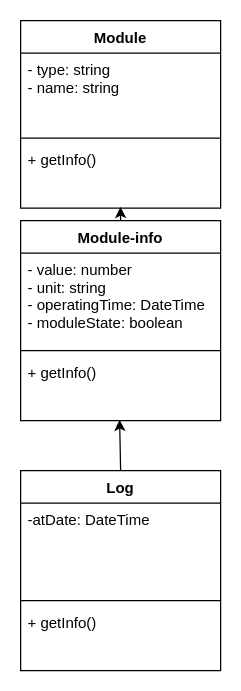
Earlier version of the draw.io diagram uml/drawio/classes.drawio (AntoineRb/IOT-Monitoring-App). Source tidied: cells renumbered, new cells numbered last; positions are measured from the earlier drawing's top-left corner, leaving out a move shared by most shapes. Both pictures are drawn from the tidied source at 125%, with x=0, y=0 at pixel (20, 20).
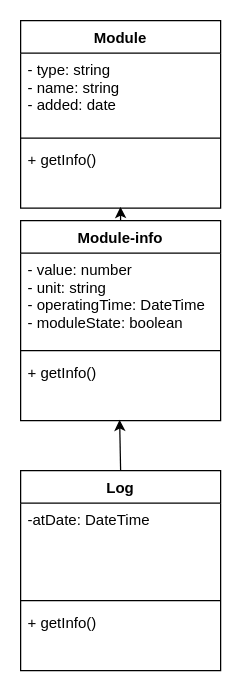
The same page after the edit.

The edit, as a diff of the source:
```diff
@@
 <mxGraphModel>
   <root>
     <mxCell id="0" />
     <mxCell id="1" parent="0" />
     <mxCell id="2" value="Module" style="swimlane;fontStyle=1;align=center;verticalAlign=top;horizontal=1;startSize=26;" parent="1" vertex="1">
       <mxGeometry width="160" height="150" as="geometry" />
     </mxCell>
-    <mxCell id="3" value="- type: string&#10;- name: string&#10;" style="text;strokeColor=none;fillColor=none;align=left;verticalAlign=top;spacingLeft=4;spacingRight=4;overflow=hidden;" parent="2" vertex="1">
+    <mxCell id="3" value="- type: string&#10;- name: string&#10;- added: date&#10;" style="text;strokeColor=none;fillColor=none;align=left;verticalAlign=top;spacingLeft=4;spacingRight=4;overflow=hidden;" parent="2" vertex="1">
       <mxGeometry y="26" width="160" height="64" as="geometry" />
     </mxCell>
     <mxCell id="4" style="line;strokeWidth=1;fillColor=none;align=left;verticalAlign=middle;spacingTop=-1;spacingLeft=3;spacingRight=3;labelPosition=right;" parent="2" vertex="1">
       <mxGeometry y="90" width="160" height="8" as="geometry" />
     </mxCell>
     <mxCell id="5" value="+ getInfo()" style="text;strokeColor=none;fillColor=none;align=left;verticalAlign=top;spacingLeft=4;spacingRight=4;overflow=hidden;points=[[0,0.5],[1,0.5]];portConstraint=eastwest;" parent="2" vertex="1">
       <mxGeometry y="98" width="160" height="52" as="geometry" />
     </mxCell>
     <mxCell id="6" style="edgeStyle=none;html=1;exitX=0.5;exitY=0;exitDx=0;exitDy=0;entryX=0.495;entryY=0.988;entryDx=0;entryDy=0;entryPerimeter=0;" parent="1" edge="1" source="7" target="15">
       <mxGeometry relative="1" as="geometry" />
     </mxCell>
     <mxCell id="7" value="Log" style="swimlane;fontStyle=1;align=center;verticalAlign=top;horizontal=1;startSize=26;" parent="1" vertex="1">
       <mxGeometry y="360" width="160" height="160" as="geometry" />
     </mxCell>
     <mxCell id="8" value="-atDate: DateTime" style="text;strokeColor=none;fillColor=none;align=left;verticalAlign=top;spacingLeft=4;spacingRight=4;overflow=hidden;" parent="7" vertex="1">
       <mxGeometry y="26" width="160" height="74" as="geometry" />
     </mxCell>
     <mxCell id="9" style="line;strokeWidth=1;fillColor=none;align=left;verticalAlign=middle;spacingTop=-1;spacingLeft=3;spacingRight=3;labelPosition=right;" parent="7" vertex="1">
       <mxGeometry y="100" width="160" height="8" as="geometry" />
     </mxCell>
     <mxCell id="10" value="+ getInfo()" style="text;strokeColor=none;fillColor=none;align=left;verticalAlign=top;spacingLeft=4;spacingRight=4;overflow=hidden;" parent="7" vertex="1">
       <mxGeometry y="108" width="160" height="52" as="geometry" />
     </mxCell>
     <mxCell id="11" style="edgeStyle=none;html=1;exitX=0.5;exitY=0;exitDx=0;exitDy=0;entryX=0.499;entryY=0.981;entryDx=0;entryDy=0;entryPerimeter=0;" parent="1" edge="1" source="12" target="5">
       <mxGeometry relative="1" as="geometry" />
     </mxCell>
     <mxCell id="12" value="Module-info" style="swimlane;fontStyle=1;align=center;verticalAlign=top;horizontal=1;startSize=26;" parent="1" vertex="1">
       <mxGeometry y="160" width="160" height="160" as="geometry" />
     </mxCell>
     <mxCell id="13" value="- value: number&#10;- unit: string&#10;- operatingTime: DateTime&#10;- moduleState: boolean" style="text;strokeColor=none;fillColor=none;align=left;verticalAlign=top;spacingLeft=4;spacingRight=4;overflow=hidden;" parent="12" vertex="1">
       <mxGeometry y="26" width="160" height="74" as="geometry" />
     </mxCell>
     <mxCell id="14" style="line;strokeWidth=1;fillColor=none;align=left;verticalAlign=middle;spacingTop=-1;spacingLeft=3;spacingRight=3;labelPosition=right;" parent="12" vertex="1">
       <mxGeometry y="100" width="160" height="8" as="geometry" />
     </mxCell>
     <mxCell id="15" value="+ getInfo()" style="text;strokeColor=none;fillColor=none;align=left;verticalAlign=top;spacingLeft=4;spacingRight=4;overflow=hidden;points=[[0,0.5],[1,0.5]];portConstraint=eastwest;" parent="12" vertex="1">
       <mxGeometry y="108" width="160" height="52" as="geometry" />
     </mxCell>
   </root>
 </mxGraphModel>
```
